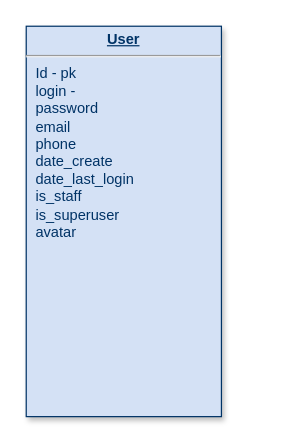
Before: Диаграмма без названия.drawio in dimasikol/quiz_generate, a draw.io diagram. Source tidied: cells renumbered, new cells numbered last; positions are measured from the earlier drawing's top-left corner, leaving out a move shared by most shapes. Both pictures are drawn from the tidied source at 122%, with x=0, y=0 at pixel (26, 26).
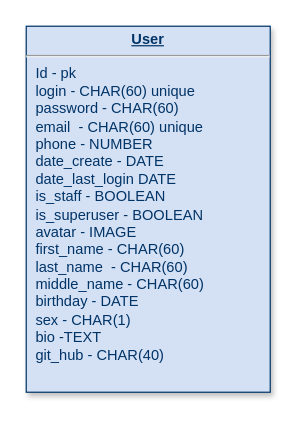
After the change.

What changed in the source:
```diff
@@
 <mxGraphModel>
   <root>
     <mxCell id="0" />
     <mxCell id="1" parent="0" />
-    <mxCell id="2" value="&lt;p style=&quot;margin: 0px; margin-top: 4px; text-align: center; text-decoration: underline;&quot;&gt;&lt;strong&gt;User&lt;/strong&gt;&lt;/p&gt;&lt;hr&gt;&lt;p style=&quot;margin: 0px; margin-left: 8px;&quot;&gt;Id - pk&lt;/p&gt;&lt;p style=&quot;margin: 0px; margin-left: 8px;&quot;&gt;login -&amp;nbsp;&lt;/p&gt;&lt;p style=&quot;margin: 0px; margin-left: 8px;&quot;&gt;password&lt;/p&gt;&lt;p style=&quot;margin: 0px; margin-left: 8px;&quot;&gt;email&amp;nbsp;&lt;/p&gt;&lt;p style=&quot;margin: 0px; margin-left: 8px;&quot;&gt;phone&lt;/p&gt;&lt;p style=&quot;margin: 0px; margin-left: 8px;&quot;&gt;date_create&lt;/p&gt;&lt;p style=&quot;margin: 0px; margin-left: 8px;&quot;&gt;date_last_login&lt;/p&gt;&lt;p style=&quot;margin: 0px; margin-left: 8px;&quot;&gt;is_staff&lt;/p&gt;&lt;p style=&quot;margin: 0px; margin-left: 8px;&quot;&gt;is_superuser&lt;/p&gt;&lt;p style=&quot;margin: 0px; margin-left: 8px;&quot;&gt;avatar&lt;/p&gt;&lt;p style=&quot;margin: 0px; margin-left: 8px;&quot;&gt;&lt;br&gt;&lt;/p&gt;" style="verticalAlign=top;align=left;overflow=fill;fontSize=12;fontFamily=Helvetica;html=1;strokeColor=#003366;shadow=1;fillColor=#D4E1F5;fontColor=#003366;" parent="1" vertex="1">
-      <mxGeometry width="160" height="320" as="geometry" />
+    <mxCell id="2" value="&lt;p style=&quot;margin: 0px; margin-top: 4px; text-align: center; text-decoration: underline;&quot;&gt;&lt;strong&gt;User&lt;/strong&gt;&lt;/p&gt;&lt;hr&gt;&lt;p style=&quot;margin: 0px; margin-left: 8px;&quot;&gt;Id - pk&lt;/p&gt;&lt;p style=&quot;margin: 0px; margin-left: 8px;&quot;&gt;login - CHAR(60) unique&lt;/p&gt;&lt;p style=&quot;margin: 0px; margin-left: 8px;&quot;&gt;password - CHAR(60)&lt;/p&gt;&lt;p style=&quot;margin: 0px; margin-left: 8px;&quot;&gt;email&amp;nbsp; - CHAR(60) unique&lt;/p&gt;&lt;p style=&quot;margin: 0px; margin-left: 8px;&quot;&gt;phone - NUMBER&lt;/p&gt;&lt;p style=&quot;margin: 0px; margin-left: 8px;&quot;&gt;date_create - DATE&lt;/p&gt;&lt;p style=&quot;margin: 0px; margin-left: 8px;&quot;&gt;date_last_login DATE&lt;/p&gt;&lt;p style=&quot;margin: 0px; margin-left: 8px;&quot;&gt;is_staff - BOOLEAN&lt;/p&gt;&lt;p style=&quot;margin: 0px; margin-left: 8px;&quot;&gt;is_superuser - BOOLEAN&lt;/p&gt;&lt;p style=&quot;margin: 0px; margin-left: 8px;&quot;&gt;avatar - IMAGE&lt;/p&gt;&lt;p style=&quot;margin: 0px; margin-left: 8px;&quot;&gt;first_name - CHAR(60)&lt;/p&gt;&lt;p style=&quot;margin: 0px; margin-left: 8px;&quot;&gt;last_name&amp;nbsp; - CHAR(60)&lt;/p&gt;&lt;p style=&quot;margin: 0px; margin-left: 8px;&quot;&gt;middle_name - CHAR(60)&lt;/p&gt;&lt;p style=&quot;margin: 0px; margin-left: 8px;&quot;&gt;birthday - DATE&lt;/p&gt;&lt;p style=&quot;margin: 0px; margin-left: 8px;&quot;&gt;sex - CHAR(1)&lt;/p&gt;&lt;p style=&quot;margin: 0px; margin-left: 8px;&quot;&gt;bio -TEXT&lt;/p&gt;&lt;p style=&quot;margin: 0px; margin-left: 8px;&quot;&gt;git_hub - CHAR(40)&lt;/p&gt;&lt;p style=&quot;margin: 0px; margin-left: 8px;&quot;&gt;&lt;br&gt;&lt;/p&gt;" style="verticalAlign=top;align=left;overflow=fill;fontSize=12;fontFamily=Helvetica;html=1;strokeColor=#003366;shadow=1;fillColor=#D4E1F5;fontColor=#003366;" parent="1" vertex="1">
+      <mxGeometry width="200" height="300" as="geometry" />
     </mxCell>
   </root>
 </mxGraphModel>
```
